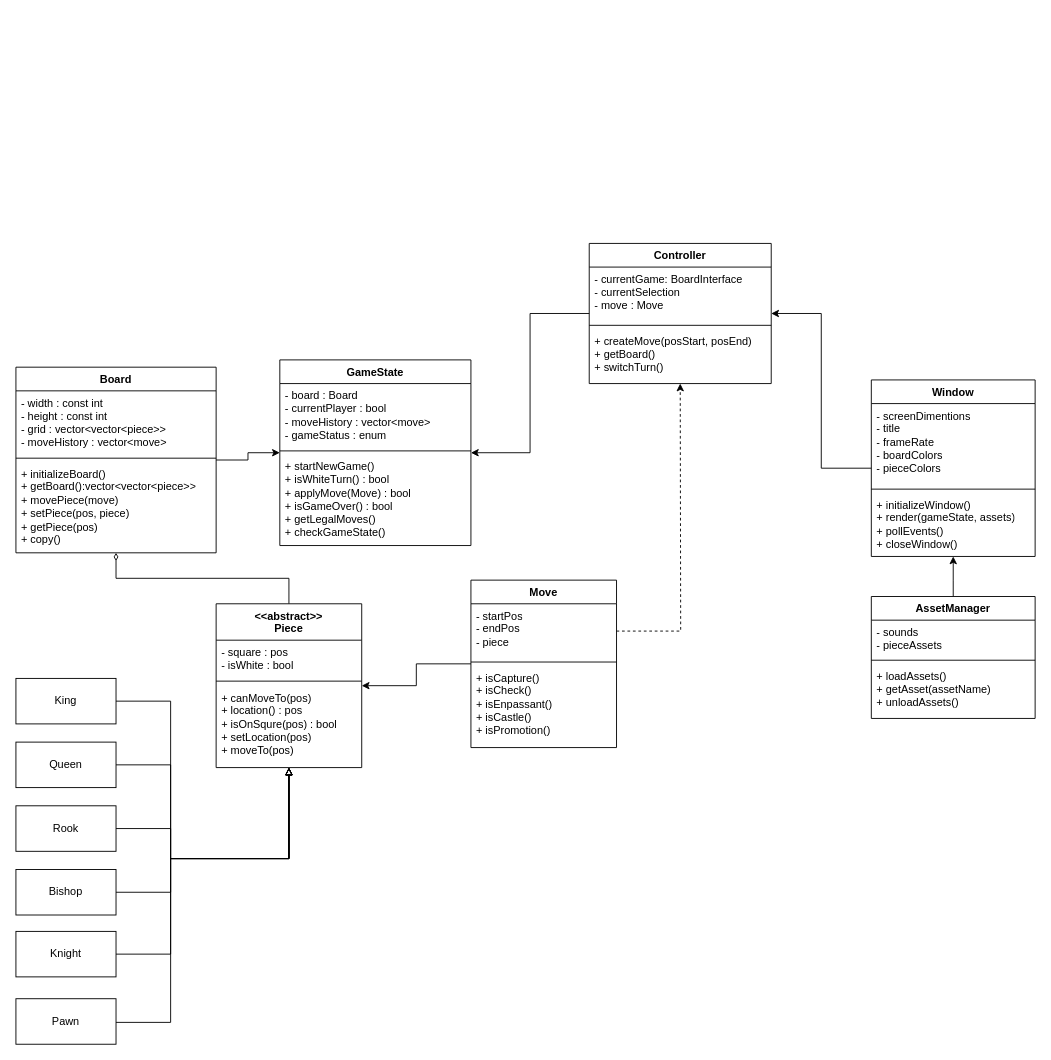
Above: QuantumChess.drawio in ZipCode-UA/QuantumChess (draw.io), before the change. Source tidied: cells renumbered, new cells numbered last; positions are measured from the earlier drawing's top-left corner, leaving out a move shared by most shapes. Both pictures are drawn from the tidied source at 91%, with x=0, y=0 at pixel (15, 243).
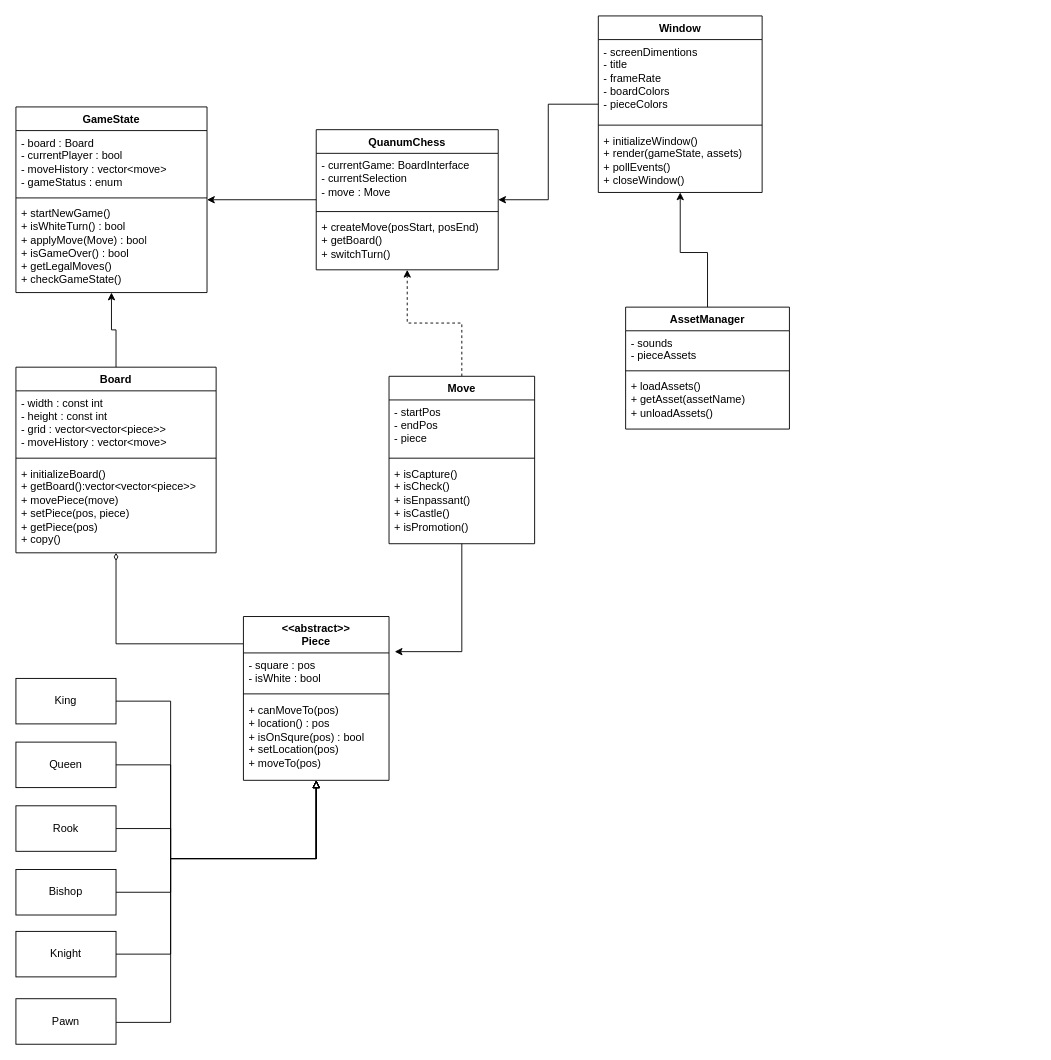
The same page after the edit.

Unchanged cells that the change refers to:
```xml
<mxCell id="22" value="Board" style="swimlane;fontStyle=1;align=center;verticalAlign=top;horizontal=1;startSize=26;whiteSpace=wrap;html=1;" parent="1" vertex="1">
  <mxGeometry y="136" width="220" height="204" as="geometry" />
</mxCell>
<mxCell id="27" value="- square : pos&lt;div&gt;- isWhite : bool&lt;/div&gt;" style="text;strokeColor=none;fillColor=none;align=left;verticalAlign=top;spacingLeft=4;spacingRight=4;overflow=hidden;points=[[0,0.5],[1,0.5]];portConstraint=eastwest;whiteSpace=wrap;html=1;" parent="26" vertex="1">
  <mxGeometry y="40" width="160" height="40" as="geometry" />
</mxCell>
<mxCell id="45" value="- startPos&lt;div&gt;- endPos&lt;/div&gt;&lt;div&gt;- piece&lt;/div&gt;" style="text;strokeColor=none;fillColor=none;align=left;verticalAlign=top;spacingLeft=4;spacingRight=4;overflow=hidden;points=[[0,0.5],[1,0.5]];portConstraint=eastwest;whiteSpace=wrap;html=1;" parent="44" vertex="1">
  <mxGeometry y="26" width="160" height="60" as="geometry" />
</mxCell>
```

Change to the diagram source:
```diff
@@
-    <mxCell id="2" value="Controller" style="swimlane;fontStyle=1;align=center;verticalAlign=top;horizontal=1;startSize=26;whiteSpace=wrap;html=1;" parent="1" vertex="1">
-      <mxGeometry x="630" width="200" height="154" as="geometry" />
+    <mxCell id="2" value="QuanumChess" style="swimlane;fontStyle=1;align=center;verticalAlign=top;horizontal=1;startSize=26;whiteSpace=wrap;html=1;" parent="1" vertex="1">
+      <mxGeometry x="330" y="-125" width="200" height="154" as="geometry" />
     </mxCell>
@@
     <mxCell id="6" value="GameState&lt;div&gt;&lt;br&gt;&lt;/div&gt;" style="swimlane;fontStyle=1;align=center;verticalAlign=top;horizontal=1;startSize=26;whiteSpace=wrap;html=1;" parent="1" vertex="1">
-      <mxGeometry x="290" y="128" width="210" height="204" as="geometry" />
+      <mxGeometry y="-150" width="210" height="204" as="geometry" />
     </mxCell>
@@
     <mxCell id="10" value="Window" style="swimlane;fontStyle=1;align=center;verticalAlign=top;horizontal=1;startSize=26;whiteSpace=wrap;html=1;" parent="1" vertex="1">
-      <mxGeometry x="940" y="150" width="180" height="194" as="geometry" />
+      <mxGeometry x="640" y="-250" width="180" height="194" as="geometry" />
     </mxCell>
@@
     <mxCell id="15" style="edgeStyle=orthogonalEdgeStyle;rounded=0;jettySize=auto;html=1;endArrow=diamondThin;endFill=0;" parent="1" edge="1" source="26" target="22">
-      <mxGeometry relative="1" as="geometry" />
+      <mxGeometry relative="1" as="geometry">
+        <Array as="points">
+          <mxPoint x="330" y="440" />
+          <mxPoint x="110" y="440" />
+        </Array>
+      </mxGeometry>
     </mxCell>
@@
     <mxCell id="17" style="edgeStyle=orthogonalEdgeStyle;rounded=0;jettySize=auto;html=1;" parent="1" edge="1" source="18" target="10">
       <mxGeometry relative="1" as="geometry">
         <Array as="points">
-          <mxPoint x="1030" y="370" />
-          <mxPoint x="1030" y="370" />
+          <mxPoint x="760" y="10" />
+          <mxPoint x="730" y="10" />
         </Array>
       </mxGeometry>
     </mxCell>
     <mxCell id="18" value="AssetManager" style="swimlane;fontStyle=1;align=center;verticalAlign=top;horizontal=1;startSize=26;whiteSpace=wrap;html=1;" parent="1" vertex="1">
-      <mxGeometry x="940" y="388" width="180" height="134" as="geometry" />
+      <mxGeometry x="670" y="70" width="180" height="134" as="geometry" />
     </mxCell>
@@
     <mxCell id="26" value="&lt;div&gt;&amp;lt;&amp;lt;abstract&amp;gt;&amp;gt;&lt;/div&gt;Piece" style="swimlane;fontStyle=1;align=center;verticalAlign=top;horizontal=1;startSize=40;whiteSpace=wrap;html=1;" parent="1" vertex="1">
-      <mxGeometry x="220" y="396" width="160" height="180" as="geometry" />
+      <mxGeometry x="250" y="410" width="160" height="180" as="geometry" />
     </mxCell>
@@
-    <mxCell id="43" style="edgeStyle=orthogonalEdgeStyle;rounded=0;jettySize=auto;html=1;dashed=1;exitX=1;exitY=0.5;exitDx=0;exitDy=0;" parent="1" edge="1" source="45">
-      <mxGeometry relative="1" as="geometry">
-        <mxPoint x="730" y="154" as="targetPoint" />
-      </mxGeometry>
+    <mxCell id="43" style="edgeStyle=orthogonalEdgeStyle;rounded=0;jettySize=auto;html=1;dashed=1;" parent="1" edge="1" source="44" target="2">
+      <mxGeometry relative="1" as="geometry" />
     </mxCell>
     <mxCell id="44" value="Move" style="swimlane;fontStyle=1;align=center;verticalAlign=top;horizontal=1;startSize=26;whiteSpace=wrap;html=1;" parent="1" vertex="1">
-      <mxGeometry x="500" y="370" width="160" height="184" as="geometry" />
+      <mxGeometry x="410" y="146" width="160" height="184" as="geometry" />
     </mxCell>
@@
-    <mxCell id="48" style="edgeStyle=orthogonalEdgeStyle;rounded=0;jettySize=auto;html=1;endArrow=none;endFill=0;startArrow=classic;startFill=1;" parent="1" edge="1" source="26" target="44">
+    <mxCell id="48" style="edgeStyle=orthogonalEdgeStyle;rounded=0;jettySize=auto;html=1;endArrow=none;endFill=0;startArrow=classic;startFill=1;exitX=1.039;exitY=-0.035;exitDx=0;exitDy=0;exitPerimeter=0;" parent="1" edge="1" source="27" target="44">
       <mxGeometry relative="1" as="geometry" />
     </mxCell>
```
